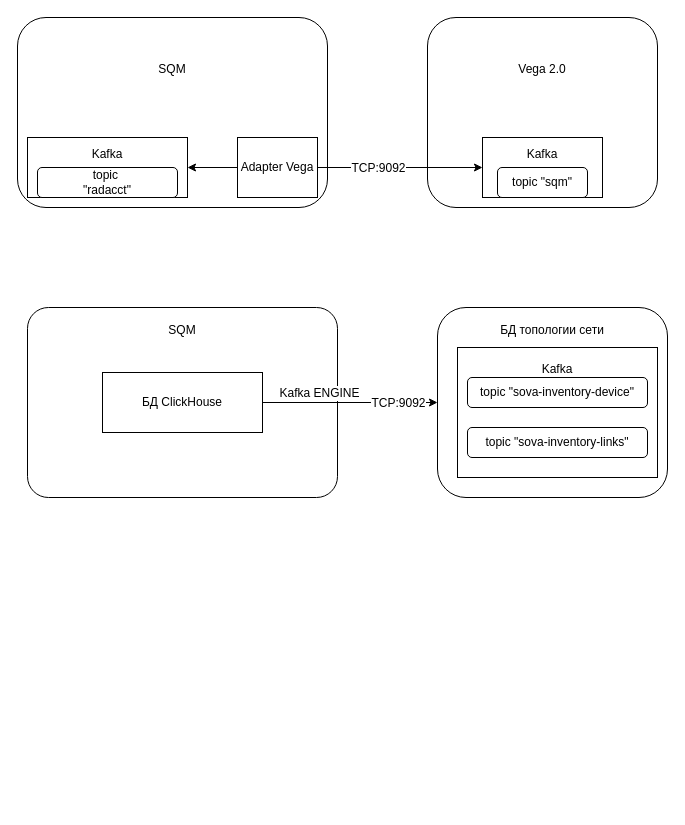
qqmax7/test keeps this draw.io diagram as vega.drawio. Above is the earlier version. Source tidied: cells renumbered, new cells numbered last; positions are measured from the earlier drawing's top-left corner, leaving out a move shared by most shapes. Both pictures are drawn from the tidied source at 100%, with x=0, y=0 at pixel (17, 17).
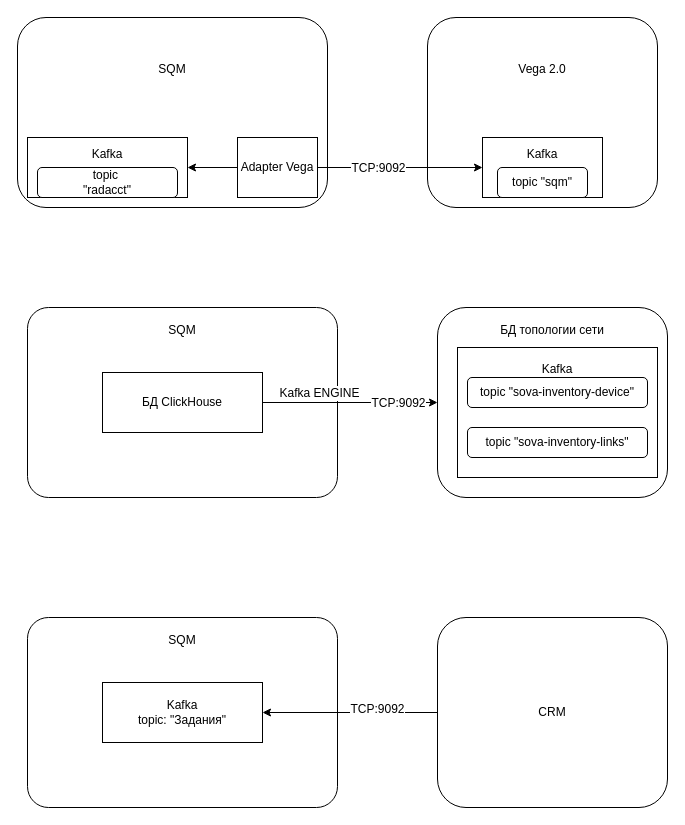
Above is the later version.

Change to the diagram source:
```diff
@@
+    <mxCell id="21" value="&lt;div&gt;CRM&lt;/div&gt;" style="rounded=1;whiteSpace=wrap;html=1;align=top;" parent="1" vertex="1">
+      <mxGeometry x="420" y="600" width="230" height="190" as="geometry" />
+    </mxCell>
+    <mxCell id="22" value="&lt;div&gt;SQM&lt;/div&gt;&lt;div&gt;&lt;br&gt;&lt;/div&gt;&lt;div&gt;&lt;br&gt;&lt;/div&gt;&lt;div&gt;&lt;br&gt;&lt;/div&gt;&lt;div&gt;&lt;br&gt;&lt;/div&gt;&lt;div&gt;&lt;br&gt;&lt;/div&gt;&lt;div&gt;&lt;br&gt;&lt;/div&gt;&lt;div&gt;&lt;br&gt;&lt;/div&gt;&lt;div&gt;&lt;br&gt;&lt;/div&gt;&lt;div&gt;&lt;br&gt;&lt;/div&gt;&lt;div&gt;&lt;br&gt;&lt;/div&gt;" style="rounded=1;whiteSpace=wrap;html=1;align=center;arcSize=11;" parent="1" vertex="1">
+      <mxGeometry x="10" y="600" width="310" height="190" as="geometry" />
+    </mxCell>
+    <mxCell id="23" style="edgeStyle=orthogonalEdgeStyle;rounded=0;jettySize=auto;html=1;fontFamily=Helvetica;fontSize=12;fontColor=default;entryX=1;entryY=0.5;entryDx=0;entryDy=0;" parent="1" edge="1" source="21" target="25">
+      <mxGeometry relative="1" as="geometry" />
+    </mxCell>
+    <mxCell id="24" value="TCP:9092" style="edgeLabel;html=1;align=center;verticalAlign=middle;rounded=0;shadow=0;strokeColor=default;fontFamily=Helvetica;fontSize=12;fontColor=default;fillColor=default;" parent="23" vertex="1">
+      <mxGeometry x="-0.08" y="-2" relative="1" as="geometry">
+        <mxPoint x="20" y="-2" as="offset" />
+      </mxGeometry>
+    </mxCell>
+    <mxCell id="25" value="Kafka&lt;br&gt;topic: &quot;Задания&quot;" style="rounded=0;whiteSpace=wrap;html=1;align=center;shadow=0;imageVerticalAlign=top;imageAspect=0;imageAlign=center;overflow=visible;" parent="1" vertex="1">
+      <mxGeometry x="85" y="665" width="160" height="60" as="geometry" />
+    </mxCell>
```
